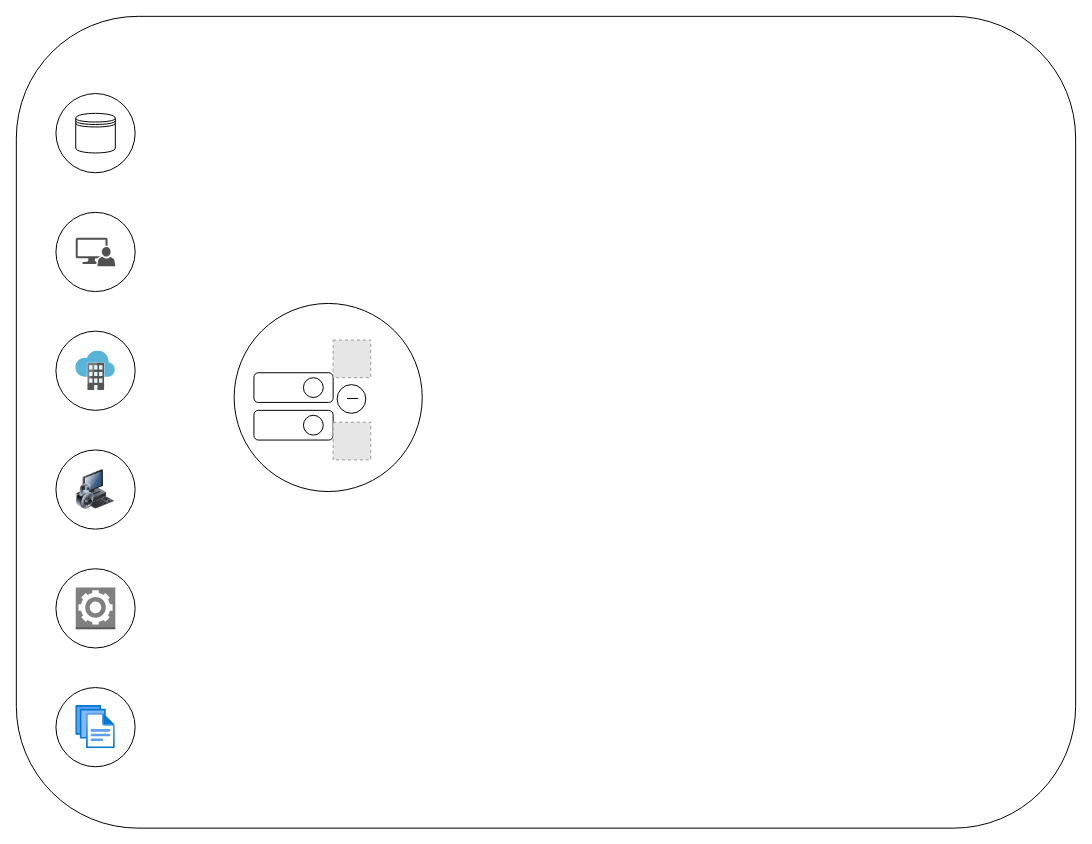
Before: Testing.drawio in girishgodage/Draw_IO_Diagrams, a draw.io diagram. Source tidied: cells renumbered, new cells numbered last; positions are measured from the earlier drawing's top-left corner, leaving out a move shared by most shapes. Both pictures are drawn from the tidied source at 99%, with x=0, y=0 at pixel (16, 16). Pictures stored in the file or linked from it are replaced by grey dashed boxes.
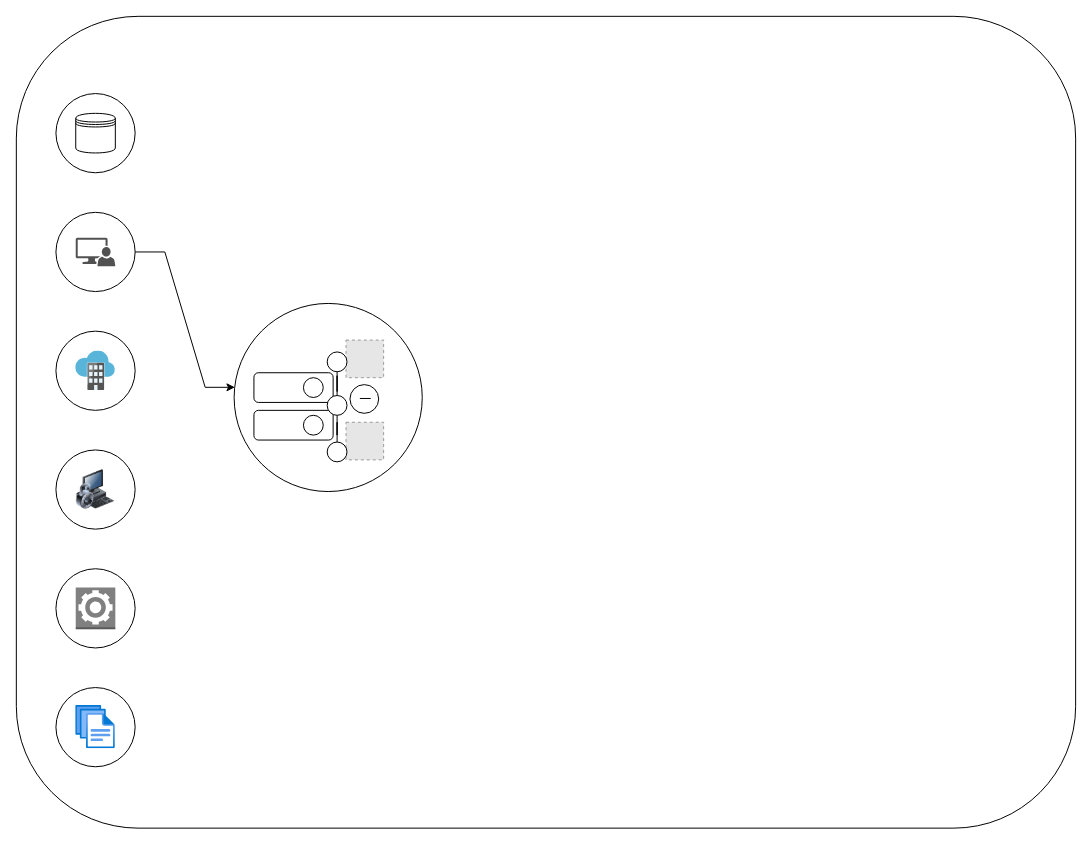
The same page after the edit.

Unchanged cells that the change refers to:
```xml
<mxCell id="4" style="ellipse;whiteSpace=wrap;html=1;" parent="1" vertex="1">
  <mxGeometry x="40" y="198" width="80" height="80" as="geometry" />
</mxCell>
<mxCell id="14" style="ellipse;whiteSpace=wrap;html=1;" parent="1" vertex="1">
  <mxGeometry x="220" y="290" width="190" height="190" as="geometry" />
</mxCell>
```

Change to the diagram source:
```diff
@@
     <mxCell id="19" style="fillColor=#E6E6E6;strokeColor=#999999;dashed=1;html=1;verticalAlign=top;verticalLabelPosition=bottom;labelBackgroundColor=#ffffff;align=center;fontFamily=Helvetica;fontSize=12;fontColor=default;" parent="1" vertex="1">
-      <mxGeometry x="320" y="327" width="38" height="38" as="geometry" />
+      <mxGeometry x="333" y="327" width="38" height="38" as="geometry" />
     </mxCell>
     <mxCell id="20" style="fillColor=#E6E6E6;strokeColor=#999999;dashed=1;html=1;verticalAlign=top;verticalLabelPosition=bottom;labelBackgroundColor=#ffffff;align=center;fontFamily=Helvetica;fontSize=12;fontColor=default;" parent="1" vertex="1">
-      <mxGeometry x="320" y="410" width="38" height="38" as="geometry" />
+      <mxGeometry x="333" y="410" width="38" height="38" as="geometry" />
     </mxCell>
@@
     <mxCell id="22" style="ellipse;whiteSpace=wrap;html=1;dashed=0;strokeColor=default;align=center;verticalAlign=top;fontFamily=Helvetica;fontSize=12;fontColor=default;fillColor=default;gradientDirection=north;" parent="1" vertex="1">
-      <mxGeometry x="324" y="372" width="29" height="29" as="geometry" />
+      <mxGeometry x="337" y="372" width="29" height="29" as="geometry" />
     </mxCell>
     <mxCell id="23" style="line;strokeWidth=1;dashed=0;labelPosition=right;align=left;verticalAlign=middle;spacingTop=0;spacingLeft=6;strokeColor=default;fontFamily=Helvetica;fontSize=12;fontColor=default;fillColor=default;gradientDirection=north;" parent="1" vertex="1">
-      <mxGeometry x="334" y="381" width="11" height="10" as="geometry" />
+      <mxGeometry x="347" y="381" width="11" height="10" as="geometry" />
     </mxCell>
+    <mxCell id="24" style="edgeStyle=orthogonalEdgeStyle;rounded=0;jettySize=auto;html=1;entryX=0.5;entryY=0;entryDx=0;entryDy=0;fontFamily=Helvetica;fontSize=12;fontColor=default;endArrow=none;endFill=0;" parent="1" edge="1" source="25" target="26">
+      <mxGeometry relative="1" as="geometry" />
+    </mxCell>
+    <mxCell id="25" style="ellipse;whiteSpace=wrap;html=1;dashed=0;strokeColor=default;align=center;verticalAlign=top;fontFamily=Helvetica;fontSize=12;fontColor=default;fillColor=default;gradientDirection=north;fontStyle=1;" parent="1" vertex="1">
+      <mxGeometry x="314" y="339" width="20" height="20" as="geometry" />
+    </mxCell>
+    <mxCell id="26" style="ellipse;whiteSpace=wrap;html=1;dashed=0;strokeColor=default;align=center;verticalAlign=top;fontFamily=Helvetica;fontSize=12;fontColor=default;fillColor=default;gradientDirection=north;" parent="1" vertex="1">
+      <mxGeometry x="314" y="383" width="20" height="20" as="geometry" />
+    </mxCell>
+    <mxCell id="27" style="edgeStyle=orthogonalEdgeStyle;rounded=0;jettySize=auto;html=1;entryX=0.5;entryY=1;entryDx=0;entryDy=0;fontFamily=Helvetica;fontSize=12;fontColor=default;endArrow=none;endFill=0;" parent="1" edge="1" source="28" target="26">
+      <mxGeometry relative="1" as="geometry" />
+    </mxCell>
+    <mxCell id="28" style="ellipse;whiteSpace=wrap;html=1;dashed=0;strokeColor=default;align=center;verticalAlign=top;fontFamily=Helvetica;fontSize=12;fontColor=default;fillColor=default;gradientDirection=north;" parent="1" vertex="1">
+      <mxGeometry x="314" y="430" width="20" height="20" as="geometry" />
+    </mxCell>
+    <mxCell id="29" style="edgeStyle=entityRelationEdgeStyle;rounded=0;jettySize=auto;html=1;entryX=0.004;entryY=0.446;entryDx=0;entryDy=0;entryPerimeter=0;fontFamily=Helvetica;fontSize=12;fontColor=default;" parent="1" edge="1" source="4" target="14">
+      <mxGeometry relative="1" as="geometry">
+        <Array as="points">
+          <mxPoint x="220" y="280" />
+        </Array>
+      </mxGeometry>
+    </mxCell>
```
